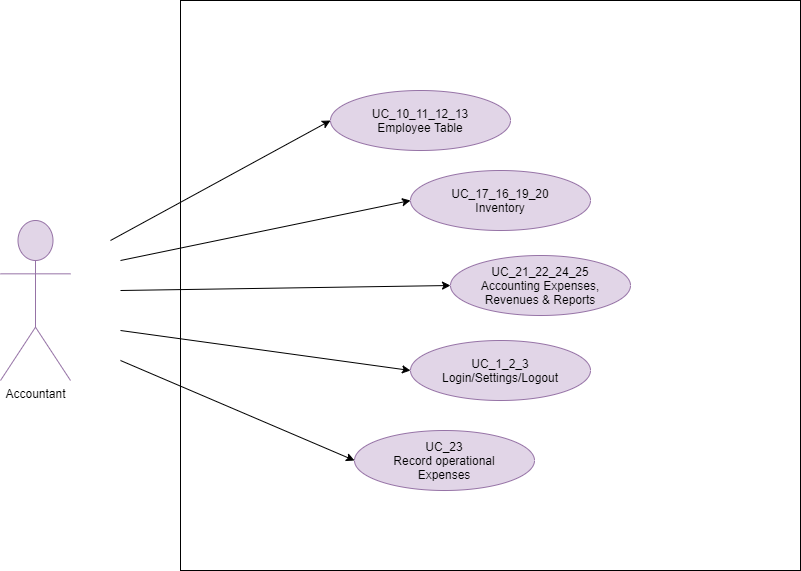
kkasharaj17/SE-project keeps this draw.io diagram as Diagrams/Use Case Diagrams FINAL/Accountant Use Case Diagram.png. Above is the earlier version. Source tidied: cells renumbered, new cells last; positions are measured from the earlier drawing's top-left corner, leaving out a move shared by most shapes. Source of this version:
```xml
<mxGraphModel>
  <root>
    <mxCell id="0" />
    <mxCell id="1" parent="0" />
    <mxCell id="2" style="rounded=0;whiteSpace=wrap;html=1;" parent="1" vertex="1">
      <mxGeometry x="180" width="620" height="570" as="geometry" />
    </mxCell>
    <mxCell id="3" value="Accountant" style="shape=umlActor;html=1;verticalLabelPosition=bottom;verticalAlign=top;align=center;fillColor=#e1d5e7;strokeColor=#9673a6;" parent="1" vertex="1">
      <mxGeometry y="220" width="70" height="160" as="geometry" />
    </mxCell>
    <mxCell id="4" value="UC_10_11_12_13&lt;br&gt;Employee Table" style="ellipse;whiteSpace=wrap;html=1;fillColor=#e1d5e7;strokeColor=#9673a6;" parent="1" vertex="1">
      <mxGeometry x="330" y="90" width="180" height="60" as="geometry" />
    </mxCell>
    <mxCell id="5" value="UC_17_16_19_20&lt;br&gt;Inventory" style="ellipse;whiteSpace=wrap;html=1;fillColor=#e1d5e7;strokeColor=#9673a6;" parent="1" vertex="1">
      <mxGeometry x="410" y="170" width="180" height="60" as="geometry" />
    </mxCell>
    <mxCell id="6" value="UC_21_22_24_25&lt;br&gt;Accounting Expenses,&lt;br&gt;Revenues &amp;amp; Reports" style="ellipse;whiteSpace=wrap;html=1;fillColor=#e1d5e7;strokeColor=#9673a6;" parent="1" vertex="1">
      <mxGeometry x="450" y="255" width="180" height="60" as="geometry" />
    </mxCell>
    <mxCell id="7" value="UC_1_2_3&lt;br&gt;Login/Settings/Logout" style="ellipse;whiteSpace=wrap;html=1;fillColor=#e1d5e7;strokeColor=#9673a6;" parent="1" vertex="1">
      <mxGeometry x="410" y="340" width="180" height="60" as="geometry" />
    </mxCell>
    <mxCell id="8" value="UC_23&lt;br&gt;Record operational&lt;br&gt;Expenses" style="ellipse;whiteSpace=wrap;html=1;fillColor=#e1d5e7;strokeColor=#9673a6;" parent="1" vertex="1">
      <mxGeometry x="354" y="430" width="180" height="60" as="geometry" />
    </mxCell>
    <mxCell id="9" style="endArrow=classic;html=1;entryX=0;entryY=0.5;entryDx=0;entryDy=0;" parent="1" edge="1" target="4">
      <mxGeometry relative="1" as="geometry">
        <mxPoint x="110" y="240" as="sourcePoint" />
      </mxGeometry>
    </mxCell>
    <mxCell id="10" style="endArrow=classic;html=1;entryX=0;entryY=0.5;entryDx=0;entryDy=0;" parent="1" edge="1" target="5">
      <mxGeometry relative="1" as="geometry">
        <mxPoint x="120" y="260" as="sourcePoint" />
      </mxGeometry>
    </mxCell>
    <mxCell id="11" style="endArrow=classic;html=1;entryX=0;entryY=0.5;entryDx=0;entryDy=0;" parent="1" edge="1" target="6">
      <mxGeometry relative="1" as="geometry">
        <mxPoint x="120" y="290" as="sourcePoint" />
      </mxGeometry>
    </mxCell>
    <mxCell id="12" style="endArrow=classic;html=1;entryX=0;entryY=0.5;entryDx=0;entryDy=0;" parent="1" edge="1" target="7">
      <mxGeometry relative="1" as="geometry">
        <mxPoint x="120" y="330" as="sourcePoint" />
      </mxGeometry>
    </mxCell>
    <mxCell id="13" style="endArrow=classic;html=1;entryX=0;entryY=0.5;entryDx=0;entryDy=0;" parent="1" edge="1" target="8">
      <mxGeometry relative="1" as="geometry">
        <mxPoint x="120" y="360" as="sourcePoint" />
      </mxGeometry>
    </mxCell>
  </root>
</mxGraphModel>
```
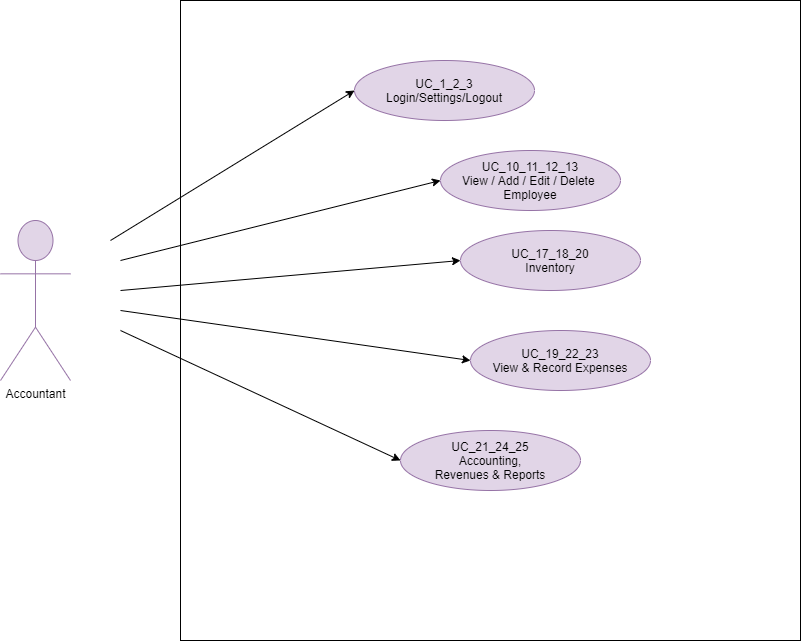
After the change.

The edit, as a diff of the source:
```diff
@@ -3,50 +3,50 @@
     <mxCell id="0" />
     <mxCell id="1" parent="0" />
     <mxCell id="2" style="rounded=0;whiteSpace=wrap;html=1;" parent="1" vertex="1">
-      <mxGeometry x="180" width="620" height="570" as="geometry" />
+      <mxGeometry x="180" width="620" height="640" as="geometry" />
     </mxCell>
     <mxCell id="3" value="Accountant" style="shape=umlActor;html=1;verticalLabelPosition=bottom;verticalAlign=top;align=center;fillColor=#e1d5e7;strokeColor=#9673a6;" parent="1" vertex="1">
       <mxGeometry y="220" width="70" height="160" as="geometry" />
     </mxCell>
-    <mxCell id="4" value="UC_10_11_12_13&lt;br&gt;Employee Table" style="ellipse;whiteSpace=wrap;html=1;fillColor=#e1d5e7;strokeColor=#9673a6;" parent="1" vertex="1">
-      <mxGeometry x="330" y="90" width="180" height="60" as="geometry" />
+    <mxCell id="4" value="UC_10_11_12_13&lt;br&gt;View / Add / Edit / Delete&amp;nbsp;&lt;br&gt;Employee" style="ellipse;whiteSpace=wrap;html=1;fillColor=#e1d5e7;strokeColor=#9673a6;" parent="1" vertex="1">
+      <mxGeometry x="440" y="150" width="180" height="60" as="geometry" />
     </mxCell>
-    <mxCell id="5" value="UC_17_16_19_20&lt;br&gt;Inventory" style="ellipse;whiteSpace=wrap;html=1;fillColor=#e1d5e7;strokeColor=#9673a6;" parent="1" vertex="1">
-      <mxGeometry x="410" y="170" width="180" height="60" as="geometry" />
+    <mxCell id="5" value="UC_17_18_20&lt;br&gt;Inventory" style="ellipse;whiteSpace=wrap;html=1;fillColor=#e1d5e7;strokeColor=#9673a6;" parent="1" vertex="1">
+      <mxGeometry x="460" y="230" width="180" height="60" as="geometry" />
     </mxCell>
-    <mxCell id="6" value="UC_21_22_24_25&lt;br&gt;Accounting Expenses,&lt;br&gt;Revenues &amp;amp; Reports" style="ellipse;whiteSpace=wrap;html=1;fillColor=#e1d5e7;strokeColor=#9673a6;" parent="1" vertex="1">
-      <mxGeometry x="450" y="255" width="180" height="60" as="geometry" />
+    <mxCell id="6" value="UC_21_24_25&lt;br&gt;Accounting,&lt;br&gt;Revenues &amp;amp; Reports" style="ellipse;whiteSpace=wrap;html=1;fillColor=#e1d5e7;strokeColor=#9673a6;" parent="1" vertex="1">
+      <mxGeometry x="400" y="430" width="180" height="60" as="geometry" />
     </mxCell>
     <mxCell id="7" value="UC_1_2_3&lt;br&gt;Login/Settings/Logout" style="ellipse;whiteSpace=wrap;html=1;fillColor=#e1d5e7;strokeColor=#9673a6;" parent="1" vertex="1">
-      <mxGeometry x="410" y="340" width="180" height="60" as="geometry" />
+      <mxGeometry x="354" y="60" width="180" height="60" as="geometry" />
     </mxCell>
-    <mxCell id="8" value="UC_23&lt;br&gt;Record operational&lt;br&gt;Expenses" style="ellipse;whiteSpace=wrap;html=1;fillColor=#e1d5e7;strokeColor=#9673a6;" parent="1" vertex="1">
-      <mxGeometry x="354" y="430" width="180" height="60" as="geometry" />
-    </mxCell>
-    <mxCell id="9" style="endArrow=classic;html=1;entryX=0;entryY=0.5;entryDx=0;entryDy=0;" parent="1" edge="1" target="4">
+    <mxCell id="9" style="endArrow=classic;html=1;entryX=0;entryY=0.5;entryDx=0;entryDy=0;" parent="1" edge="1" target="7">
       <mxGeometry relative="1" as="geometry">
         <mxPoint x="110" y="240" as="sourcePoint" />
       </mxGeometry>
     </mxCell>
-    <mxCell id="10" style="endArrow=classic;html=1;entryX=0;entryY=0.5;entryDx=0;entryDy=0;" parent="1" edge="1" target="5">
+    <mxCell id="10" style="endArrow=classic;html=1;entryX=0;entryY=0.5;entryDx=0;entryDy=0;" parent="1" edge="1" target="4">
       <mxGeometry relative="1" as="geometry">
         <mxPoint x="120" y="260" as="sourcePoint" />
       </mxGeometry>
     </mxCell>
-    <mxCell id="11" style="endArrow=classic;html=1;entryX=0;entryY=0.5;entryDx=0;entryDy=0;" parent="1" edge="1" target="6">
+    <mxCell id="11" style="endArrow=classic;html=1;entryX=0;entryY=0.5;entryDx=0;entryDy=0;" parent="1" edge="1" target="5">
       <mxGeometry relative="1" as="geometry">
         <mxPoint x="120" y="290" as="sourcePoint" />
       </mxGeometry>
     </mxCell>
-    <mxCell id="12" style="endArrow=classic;html=1;entryX=0;entryY=0.5;entryDx=0;entryDy=0;" parent="1" edge="1" target="7">
+    <mxCell id="12" style="endArrow=classic;html=1;entryX=0;entryY=0.5;entryDx=0;entryDy=0;" parent="1" edge="1" target="6">
       <mxGeometry relative="1" as="geometry">
         <mxPoint x="120" y="330" as="sourcePoint" />
       </mxGeometry>
     </mxCell>
-    <mxCell id="13" style="endArrow=classic;html=1;entryX=0;entryY=0.5;entryDx=0;entryDy=0;" parent="1" edge="1" target="8">
-      <mxGeometry relative="1" as="geometry">
-        <mxPoint x="120" y="360" as="sourcePoint" />
-      </mxGeometry>
-    </mxCell>
+    <mxCell id="14" value="UC_19_22_23&lt;br&gt;View &amp;amp; Record Expenses" style="ellipse;whiteSpace=wrap;html=1;fillColor=#e1d5e7;strokeColor=#9673a6;" parent="1" vertex="1">
+      <mxGeometry x="470" y="330" width="180" height="60" as="geometry" />
+    </mxCell>
+    <mxCell id="15" style="endArrow=classic;html=1;entryX=0;entryY=0.5;entryDx=0;entryDy=0;" parent="1" edge="1" target="14">
+      <mxGeometry relative="1" as="geometry">
+        <mxPoint x="120" y="310" as="sourcePoint" />
+      </mxGeometry>
+    </mxCell>
   </root>
 </mxGraphModel>
```
